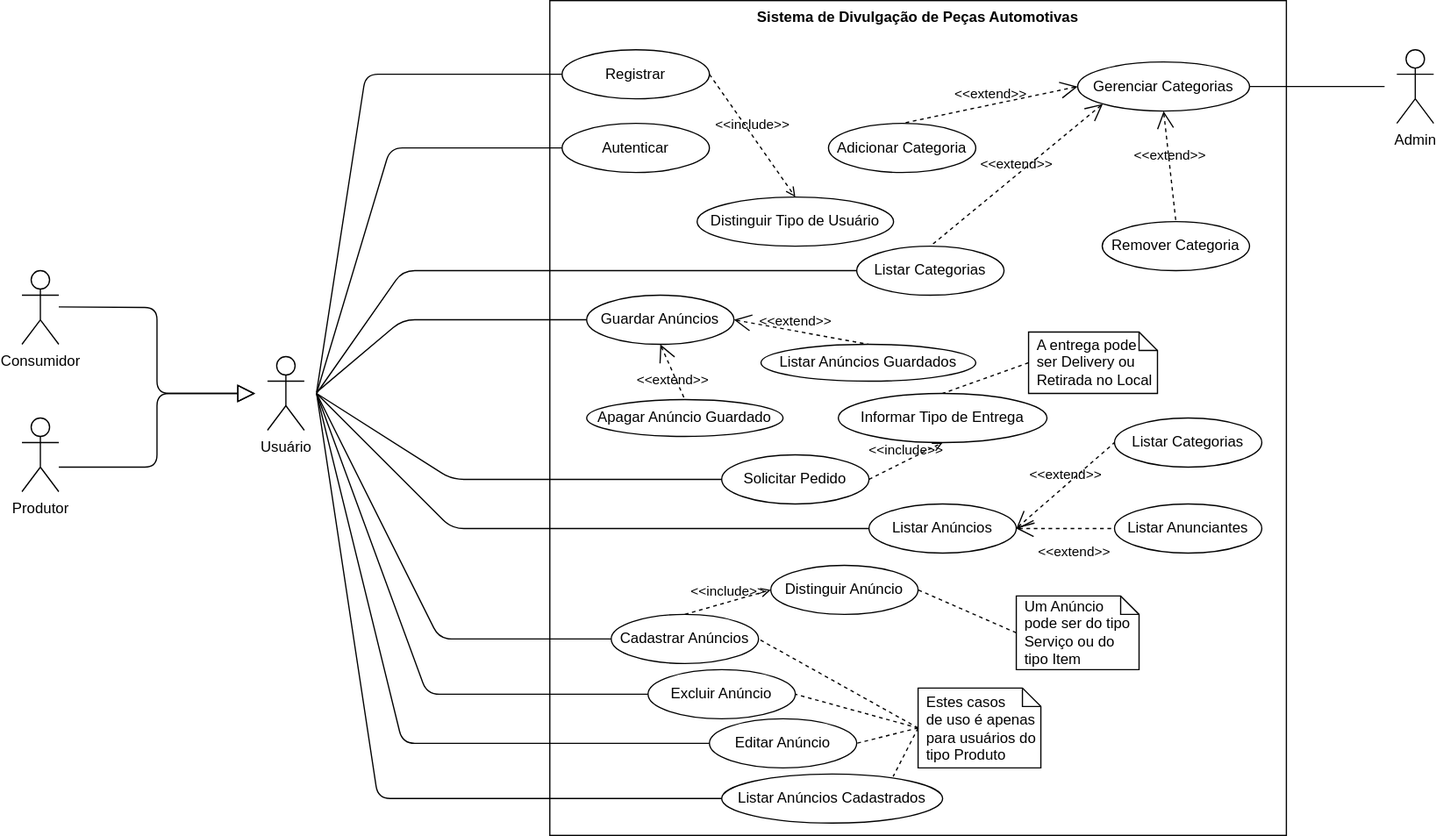
Before: diagramas/CasosUso.drawio.svg, a diagram exported from draw.io (yanturck/carshopservices). Source tidied: cells renumbered, new cells last; positions are measured from the earlier drawing's top-left corner, leaving out a move shared by most shapes.
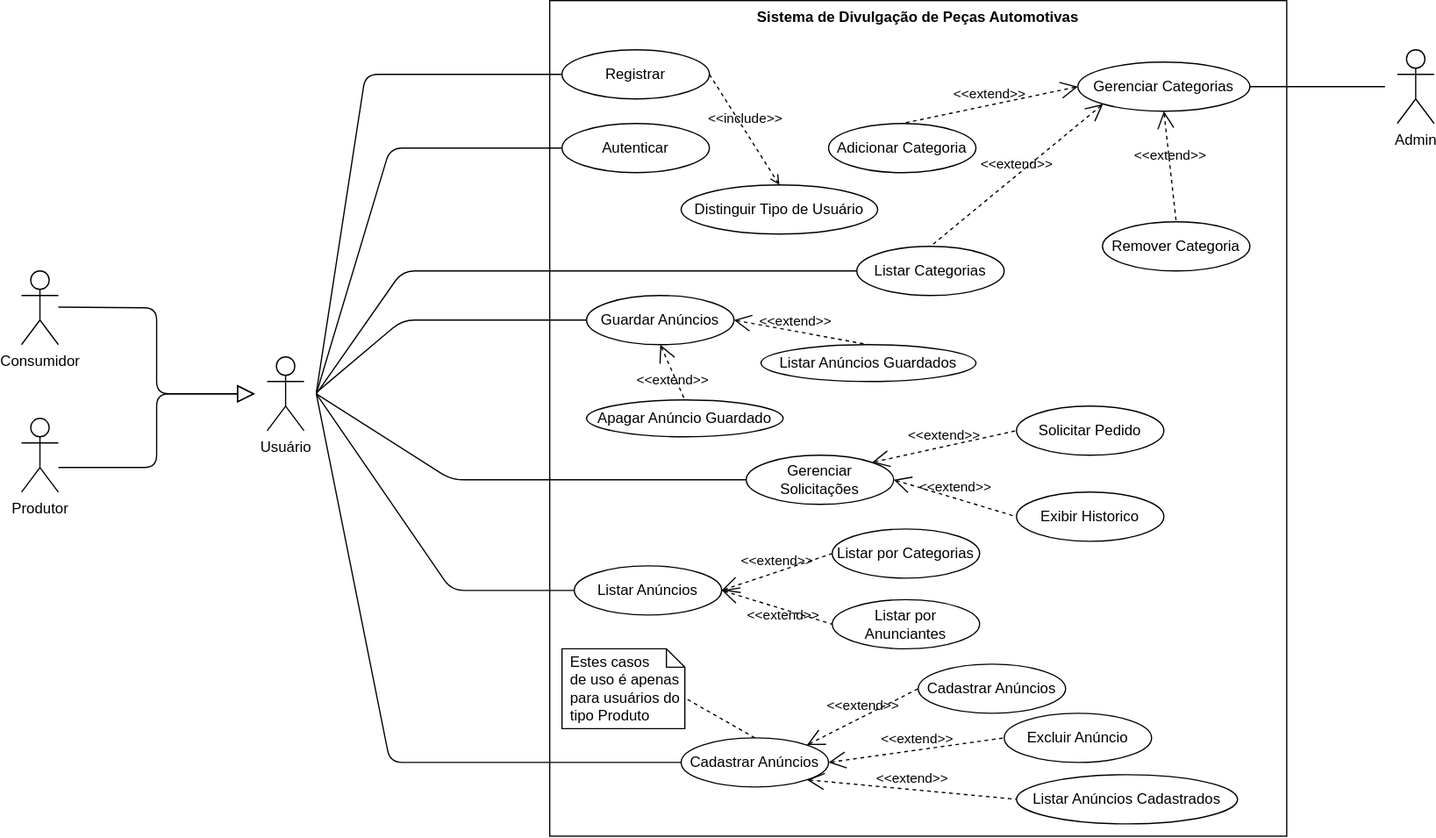
The same file after the commit.

Change to the diagram source:
```diff
@@ -35,13 +35,13 @@
       <mxGeometry x="430" width="600" height="680" as="geometry" />
     </mxCell>
     <mxCell id="8" value="&lt;span style=&quot;font-weight: normal&quot;&gt;Listar Anúncios&lt;/span&gt;" style="shape=ellipse;html=1;strokeWidth=1;fontStyle=1;whiteSpace=wrap;align=center;perimeter=ellipsePerimeter;" parent="1" vertex="1">
-      <mxGeometry x="690" y="410" width="120" height="40" as="geometry" />
+      <mxGeometry x="450" y="460" width="120" height="40" as="geometry" />
     </mxCell>
     <mxCell id="9" value="&lt;span style=&quot;font-weight: normal&quot;&gt;Listar Categorias&lt;/span&gt;" style="shape=ellipse;html=1;strokeWidth=1;fontStyle=1;whiteSpace=wrap;align=center;perimeter=ellipsePerimeter;" parent="1" vertex="1">
       <mxGeometry x="680" y="200" width="120" height="40" as="geometry" />
     </mxCell>
     <mxCell id="10" value="&lt;span style=&quot;font-weight: normal&quot;&gt;Distinguir Tipo de Usuário&lt;/span&gt;" style="shape=ellipse;html=1;strokeWidth=1;fontStyle=1;whiteSpace=wrap;align=center;perimeter=ellipsePerimeter;" parent="1" vertex="1">
-      <mxGeometry x="550" y="160" width="160" height="40" as="geometry" />
+      <mxGeometry x="537" y="150" width="160" height="40" as="geometry" />
     </mxCell>
     <mxCell id="11" value="&lt;span style=&quot;font-weight: normal&quot;&gt;Autenticar&lt;/span&gt;" style="shape=ellipse;html=1;strokeWidth=1;fontStyle=1;whiteSpace=wrap;align=center;perimeter=ellipsePerimeter;" parent="1" vertex="1">
       <mxGeometry x="440" y="100" width="120" height="40" as="geometry" />
@@ -50,16 +50,16 @@
       <mxGeometry x="440" y="40" width="120" height="40" as="geometry" />
     </mxCell>
     <mxCell id="13" value="&lt;span style=&quot;font-weight: normal&quot;&gt;Listar Anúncios Cadastrados&lt;/span&gt;" style="shape=ellipse;html=1;strokeWidth=1;fontStyle=1;whiteSpace=wrap;align=center;perimeter=ellipsePerimeter;" parent="1" vertex="1">
-      <mxGeometry x="570" y="630" width="180" height="40" as="geometry" />
+      <mxGeometry x="810" y="630" width="180" height="40" as="geometry" />
     </mxCell>
     <mxCell id="14" value="&lt;span style=&quot;font-weight: normal&quot;&gt;Cadastrar Anúncios&lt;/span&gt;" style="shape=ellipse;html=1;strokeWidth=1;fontStyle=1;whiteSpace=wrap;align=center;perimeter=ellipsePerimeter;" parent="1" vertex="1">
-      <mxGeometry x="480" y="500" width="120" height="40" as="geometry" />
+      <mxGeometry x="537" y="600" width="120" height="40" as="geometry" />
     </mxCell>
-    <mxCell id="15" value="&lt;span style=&quot;font-weight: normal&quot;&gt;Listar Categorias&lt;/span&gt;" style="shape=ellipse;html=1;strokeWidth=1;fontStyle=1;whiteSpace=wrap;align=center;perimeter=ellipsePerimeter;" parent="1" vertex="1">
-      <mxGeometry x="890" y="340" width="120" height="40" as="geometry" />
+    <mxCell id="15" value="&lt;span style=&quot;font-weight: normal&quot;&gt;Listar por Categorias&lt;/span&gt;" style="shape=ellipse;html=1;strokeWidth=1;fontStyle=1;whiteSpace=wrap;align=center;perimeter=ellipsePerimeter;" parent="1" vertex="1">
+      <mxGeometry x="660" y="430" width="120" height="40" as="geometry" />
     </mxCell>
-    <mxCell id="16" value="&lt;span style=&quot;font-weight: normal&quot;&gt;Listar Anunciantes&lt;/span&gt;" style="shape=ellipse;html=1;strokeWidth=1;fontStyle=1;whiteSpace=wrap;align=center;perimeter=ellipsePerimeter;" parent="1" vertex="1">
-      <mxGeometry x="890" y="410" width="120" height="40" as="geometry" />
+    <mxCell id="16" value="&lt;span style=&quot;font-weight: normal&quot;&gt;Listar por Anunciantes&lt;/span&gt;" style="shape=ellipse;html=1;strokeWidth=1;fontStyle=1;whiteSpace=wrap;align=center;perimeter=ellipsePerimeter;" parent="1" vertex="1">
+      <mxGeometry x="660" y="487.5" width="120" height="40" as="geometry" />
     </mxCell>
     <mxCell id="17" value="&lt;span style=&quot;font-weight: normal&quot;&gt;Adicionar Categoria&lt;/span&gt;" style="shape=ellipse;html=1;strokeWidth=1;fontStyle=1;whiteSpace=wrap;align=center;perimeter=ellipsePerimeter;" parent="1" vertex="1">
       <mxGeometry x="657" y="100" width="120" height="40" as="geometry" />
@@ -73,16 +73,8 @@
     <mxCell id="20" value="&amp;lt;&amp;lt;extend&amp;gt;&amp;gt;" style="edgeStyle=none;html=1;startArrow=open;endArrow=none;startSize=12;verticalAlign=bottom;dashed=1;labelBackgroundColor=none;exitX=0;exitY=1;exitDx=0;exitDy=0;entryX=0.5;entryY=0;entryDx=0;entryDy=0;" parent="1" edge="1" source="19" target="9">
       <mxGeometry relative="1" as="geometry" />
     </mxCell>
-    <mxCell id="21" value="&amp;lt;&amp;lt;include&amp;gt;&amp;gt;" style="edgeStyle=none;html=1;endArrow=open;verticalAlign=bottom;dashed=1;labelBackgroundColor=none;entryX=0;entryY=0.5;entryDx=0;entryDy=0;exitX=0.5;exitY=0;exitDx=0;exitDy=0;" parent="1" edge="1" source="14" target="50">
-      <mxGeometry relative="1" as="geometry" />
-    </mxCell>
-    <mxCell id="22" value="&amp;lt;&amp;lt;include&amp;gt;&amp;gt;" style="edgeStyle=none;html=1;endArrow=open;verticalAlign=bottom;dashed=1;labelBackgroundColor=none;entryX=0.5;entryY=1;entryDx=0;entryDy=0;exitX=1;exitY=0.5;exitDx=0;exitDy=0;" parent="1" edge="1" source="42" target="46">
-      <mxGeometry relative="1" as="geometry" />
-    </mxCell>
     <mxCell id="23" value="&amp;lt;&amp;lt;extend&amp;gt;&amp;gt;" style="edgeStyle=none;html=1;startArrow=open;endArrow=none;startSize=12;verticalAlign=bottom;dashed=1;labelBackgroundColor=none;entryX=0;entryY=0.5;entryDx=0;entryDy=0;exitX=1;exitY=0.5;exitDx=0;exitDy=0;" parent="1" edge="1" source="8" target="16">
-      <mxGeometry x="0.14" y="-28" relative="1" as="geometry">
-        <mxPoint x="1" as="offset" />
-      </mxGeometry>
+      <mxGeometry x="0.2" y="-13" relative="1" as="geometry" />
     </mxCell>
     <mxCell id="24" style="edgeStyle=none;html=1;endArrow=none;verticalAlign=bottom;entryX=0;entryY=0.5;entryDx=0;entryDy=0;" parent="1" edge="1" target="12">
       <mxGeometry relative="1" as="geometry">
@@ -104,18 +96,15 @@
       <mxGeometry relative="1" as="geometry">
         <mxPoint x="240" y="320" as="sourcePoint" />
         <Array as="points">
-          <mxPoint x="350" y="430" />
+          <mxPoint x="350" y="480" />
         </Array>
       </mxGeometry>
     </mxCell>
-    <mxCell id="27" style="edgeStyle=none;html=1;endArrow=none;rounded=0;labelBackgroundColor=none;dashed=1;exitX=0;exitY=0.5;exitDx=0;exitDy=0;exitPerimeter=0;entryX=1;entryY=0.5;entryDx=0;entryDy=0;" parent="1" edge="1" source="32" target="14">
-      <mxGeometry relative="1" as="geometry" />
-    </mxCell>
     <mxCell id="28" style="edgeStyle=none;html=1;endArrow=none;verticalAlign=bottom;entryX=0;entryY=0.5;entryDx=0;entryDy=0;" parent="1" edge="1" target="14">
       <mxGeometry relative="1" as="geometry">
         <mxPoint x="240" y="320" as="sourcePoint" />
         <Array as="points">
-          <mxPoint x="340" y="520" />
+          <mxPoint x="300" y="620" />
         </Array>
       </mxGeometry>
     </mxCell>
@@ -130,20 +119,9 @@
     <mxCell id="30" value="&amp;lt;&amp;lt;include&amp;gt;&amp;gt;" style="edgeStyle=none;html=1;endArrow=open;verticalAlign=bottom;dashed=1;labelBackgroundColor=none;entryX=0.5;entryY=0;entryDx=0;entryDy=0;exitX=1;exitY=0.5;exitDx=0;exitDy=0;" parent="1" edge="1" source="12" target="10">
       <mxGeometry relative="1" as="geometry" />
     </mxCell>
-    <mxCell id="31" style="edgeStyle=none;html=1;endArrow=none;verticalAlign=bottom;entryX=0;entryY=0.5;entryDx=0;entryDy=0;" parent="1" edge="1" target="13">
-      <mxGeometry relative="1" as="geometry">
-        <mxPoint x="240" y="320" as="sourcePoint" />
-        <Array as="points">
-          <mxPoint x="290" y="650" />
-        </Array>
-      </mxGeometry>
-    </mxCell>
     <mxCell id="32" value="Estes casos&#10;de uso é apenas para usuários do tipo Produto" style="shape=note;size=15;spacingLeft=5;align=left;whiteSpace=wrap;strokeWidth=1;" parent="1" vertex="1">
-      <mxGeometry x="730" y="560" width="100" height="65" as="geometry" />
+      <mxGeometry x="440" y="527.5" width="100" height="65" as="geometry" />
     </mxCell>
-    <mxCell id="33" style="edgeStyle=none;html=1;endArrow=none;rounded=0;labelBackgroundColor=none;dashed=1;exitX=0;exitY=0.5;exitDx=0;exitDy=0;exitPerimeter=0;entryX=0.776;entryY=0.051;entryDx=0;entryDy=0;entryPerimeter=0;" parent="1" edge="1" source="32" target="13">
-      <mxGeometry relative="1" as="geometry" />
-    </mxCell>
     <mxCell id="34" value="Admin" style="shape=umlActor;html=1;verticalLabelPosition=bottom;verticalAlign=top;align=center;strokeWidth=1;" parent="1" vertex="1">
       <mxGeometry x="1120" y="40" width="30" height="60" as="geometry" />
     </mxCell>
@@ -153,48 +131,14 @@
       </mxGeometry>
     </mxCell>
     <mxCell id="36" value="&lt;span style=&quot;font-weight: normal&quot;&gt;Excluir Anúncio&lt;/span&gt;" style="shape=ellipse;html=1;strokeWidth=1;fontStyle=1;whiteSpace=wrap;align=center;perimeter=ellipsePerimeter;" parent="1" vertex="1">
-      <mxGeometry x="510" y="545" width="120" height="40" as="geometry" />
+      <mxGeometry x="800" y="580" width="120" height="40" as="geometry" />
     </mxCell>
-    <mxCell id="37" value="&lt;span style=&quot;font-weight: normal&quot;&gt;Editar Anúncio&lt;/span&gt;" style="shape=ellipse;html=1;strokeWidth=1;fontStyle=1;whiteSpace=wrap;align=center;perimeter=ellipsePerimeter;" parent="1" vertex="1">
-      <mxGeometry x="560" y="585" width="120" height="40" as="geometry" />
-    </mxCell>
-    <mxCell id="38" style="edgeStyle=none;html=1;endArrow=none;rounded=0;labelBackgroundColor=none;dashed=1;exitX=0;exitY=0.5;exitDx=0;exitDy=0;exitPerimeter=0;entryX=1;entryY=0.5;entryDx=0;entryDy=0;" parent="1" edge="1" source="32" target="36">
-      <mxGeometry relative="1" as="geometry" />
-    </mxCell>
-    <mxCell id="39" style="edgeStyle=none;html=1;endArrow=none;rounded=0;labelBackgroundColor=none;dashed=1;exitX=0;exitY=0.5;exitDx=0;exitDy=0;exitPerimeter=0;entryX=1;entryY=0.5;entryDx=0;entryDy=0;" parent="1" edge="1" source="32" target="37">
-      <mxGeometry relative="1" as="geometry" />
-    </mxCell>
-    <mxCell id="40" style="edgeStyle=none;html=1;endArrow=none;verticalAlign=bottom;entryX=0;entryY=0.5;entryDx=0;entryDy=0;" parent="1" edge="1" target="37">
-      <mxGeometry relative="1" as="geometry">
-        <mxPoint x="240" y="320" as="sourcePoint" />
-        <Array as="points">
-          <mxPoint x="310" y="605" />
-        </Array>
-      </mxGeometry>
-    </mxCell>
-    <mxCell id="41" style="edgeStyle=none;html=1;endArrow=none;verticalAlign=bottom;entryX=0;entryY=0.5;entryDx=0;entryDy=0;" parent="1" edge="1" target="36">
-      <mxGeometry relative="1" as="geometry">
-        <mxPoint x="240" y="320" as="sourcePoint" />
-        <Array as="points">
-          <mxPoint x="330" y="565" />
-        </Array>
-      </mxGeometry>
-    </mxCell>
-    <mxCell id="42" value="&lt;span style=&quot;font-weight: normal&quot;&gt;Solicitar Pedido&lt;/span&gt;" style="shape=ellipse;html=1;strokeWidth=1;fontStyle=1;whiteSpace=wrap;align=center;perimeter=ellipsePerimeter;" parent="1" vertex="1">
-      <mxGeometry x="570" y="370" width="120" height="40" as="geometry" />
+    <mxCell id="42" value="&lt;span style=&quot;font-weight: normal&quot;&gt;Gerenciar Solicitações&lt;/span&gt;" style="shape=ellipse;html=1;strokeWidth=1;fontStyle=1;whiteSpace=wrap;align=center;perimeter=ellipsePerimeter;" parent="1" vertex="1">
+      <mxGeometry x="590" y="370" width="120" height="40" as="geometry" />
     </mxCell>
     <mxCell id="43" value="&lt;span style=&quot;font-weight: normal&quot;&gt;Guardar Anúncios&lt;/span&gt;" style="shape=ellipse;html=1;strokeWidth=1;fontStyle=1;whiteSpace=wrap;align=center;perimeter=ellipsePerimeter;" parent="1" vertex="1">
       <mxGeometry x="460" y="240" width="120" height="40" as="geometry" />
     </mxCell>
-    <mxCell id="44" value="A entrega pode ser Delivery ou Retirada no Local" style="shape=note;size=15;spacingLeft=5;align=left;whiteSpace=wrap;strokeWidth=1;" parent="1" vertex="1">
-      <mxGeometry x="820" y="270" width="105" height="50" as="geometry" />
-    </mxCell>
-    <mxCell id="45" style="edgeStyle=none;html=1;endArrow=none;rounded=0;labelBackgroundColor=none;dashed=1;exitX=0;exitY=0.5;exitDx=0;exitDy=0;exitPerimeter=0;entryX=0.5;entryY=0;entryDx=0;entryDy=0;" parent="1" edge="1" source="44" target="46">
-      <mxGeometry relative="1" as="geometry" />
-    </mxCell>
-    <mxCell id="46" value="&lt;span style=&quot;font-weight: normal&quot;&gt;Informar Tipo de Entrega&lt;/span&gt;" style="shape=ellipse;html=1;strokeWidth=1;fontStyle=1;whiteSpace=wrap;align=center;perimeter=ellipsePerimeter;" parent="1" vertex="1">
-      <mxGeometry x="665" y="320" width="170" height="40" as="geometry" />
-    </mxCell>
     <mxCell id="47" style="edgeStyle=none;html=1;endArrow=none;verticalAlign=bottom;entryX=0;entryY=0.5;entryDx=0;entryDy=0;" parent="1" edge="1" target="43">
       <mxGeometry relative="1" as="geometry">
         <mxPoint x="240" y="319" as="sourcePoint" />
@@ -214,28 +158,17 @@
         </Array>
       </mxGeometry>
     </mxCell>
-    <mxCell id="50" value="&lt;span style=&quot;font-weight: normal&quot;&gt;Distinguir Anúncio&lt;/span&gt;" style="shape=ellipse;html=1;strokeWidth=1;fontStyle=1;whiteSpace=wrap;align=center;perimeter=ellipsePerimeter;" parent="1" vertex="1">
-      <mxGeometry x="610" y="460" width="120" height="40" as="geometry" />
-    </mxCell>
     <mxCell id="51" value="&amp;lt;&amp;lt;extend&amp;gt;&amp;gt;" style="edgeStyle=none;html=1;startArrow=open;endArrow=none;startSize=12;verticalAlign=bottom;dashed=1;labelBackgroundColor=none;exitX=1;exitY=0.5;exitDx=0;exitDy=0;entryX=0.5;entryY=0;entryDx=0;entryDy=0;" parent="1" edge="1" source="43" target="54">
       <mxGeometry x="-0.08" y="-1" relative="1" as="geometry" />
     </mxCell>
-    <mxCell id="52" value="Um Anúncio pode ser do tipo Serviço ou do tipo Item" style="shape=note;size=15;spacingLeft=5;align=left;whiteSpace=wrap;strokeWidth=1;" parent="1" vertex="1">
-      <mxGeometry x="810" y="485" width="100" height="60" as="geometry" />
-    </mxCell>
-    <mxCell id="53" style="edgeStyle=none;html=1;endArrow=none;rounded=0;labelBackgroundColor=none;dashed=1;exitX=0;exitY=0.5;exitDx=0;exitDy=0;exitPerimeter=0;entryX=1;entryY=0.5;entryDx=0;entryDy=0;" parent="1" edge="1" source="52" target="50">
-      <mxGeometry relative="1" as="geometry" />
-    </mxCell>
     <mxCell id="54" value="&lt;span style=&quot;font-weight: normal&quot;&gt;Listar Anúncios Guardados&lt;/span&gt;" style="shape=ellipse;html=1;strokeWidth=1;fontStyle=1;whiteSpace=wrap;align=center;perimeter=ellipsePerimeter;" parent="1" vertex="1">
       <mxGeometry x="602" y="280" width="175" height="30" as="geometry" />
     </mxCell>
     <mxCell id="55" value="&lt;span style=&quot;font-weight: normal&quot;&gt;Apagar Anúncio Guardado&lt;/span&gt;" style="shape=ellipse;html=1;strokeWidth=1;fontStyle=1;whiteSpace=wrap;align=center;perimeter=ellipsePerimeter;" parent="1" vertex="1">
       <mxGeometry x="460" y="325" width="160" height="30" as="geometry" />
     </mxCell>
-    <mxCell id="56" value="&amp;lt;&amp;lt;extend&amp;gt;&amp;gt;" style="edgeStyle=none;html=1;startArrow=open;endArrow=none;startSize=12;verticalAlign=bottom;dashed=1;labelBackgroundColor=none;entryX=0;entryY=0.5;entryDx=0;entryDy=0;" parent="1" edge="1" target="15">
-      <mxGeometry relative="1" as="geometry">
-        <mxPoint x="810" y="430" as="sourcePoint" />
-      </mxGeometry>
+    <mxCell id="56" value="&amp;lt;&amp;lt;extend&amp;gt;&amp;gt;" style="edgeStyle=none;html=1;startArrow=open;endArrow=none;startSize=12;verticalAlign=bottom;dashed=1;labelBackgroundColor=none;entryX=0;entryY=0.5;entryDx=0;entryDy=0;exitX=1;exitY=0.5;exitDx=0;exitDy=0;" parent="1" edge="1" source="8" target="15">
+      <mxGeometry relative="1" as="geometry" />
     </mxCell>
     <mxCell id="57" value="&amp;lt;&amp;lt;extend&amp;gt;&amp;gt;" style="edgeStyle=none;html=1;startArrow=open;endArrow=none;startSize=12;verticalAlign=bottom;dashed=1;labelBackgroundColor=none;entryX=0.5;entryY=0;entryDx=0;entryDy=0;exitX=0.5;exitY=1;exitDx=0;exitDy=0;" parent="1" edge="1" source="19" target="18">
       <mxGeometry relative="1" as="geometry" />
@@ -243,5 +176,32 @@
     <mxCell id="58" value="&amp;lt;&amp;lt;extend&amp;gt;&amp;gt;" style="edgeStyle=none;html=1;startArrow=open;endArrow=none;startSize=12;verticalAlign=bottom;dashed=1;labelBackgroundColor=none;entryX=0.5;entryY=0;entryDx=0;entryDy=0;exitX=0;exitY=0.5;exitDx=0;exitDy=0;" parent="1" edge="1" source="19" target="17">
       <mxGeometry relative="1" as="geometry" />
     </mxCell>
+    <mxCell id="59" value="&lt;span style=&quot;font-weight: normal&quot;&gt;Cadastrar Anúncios&lt;/span&gt;" style="shape=ellipse;html=1;strokeWidth=1;fontStyle=1;whiteSpace=wrap;align=center;perimeter=ellipsePerimeter;" parent="1" vertex="1">
+      <mxGeometry x="730" y="540" width="120" height="40" as="geometry" />
+    </mxCell>
+    <mxCell id="60" value="&amp;lt;&amp;lt;extend&amp;gt;&amp;gt;" style="edgeStyle=none;html=1;startArrow=open;endArrow=none;startSize=12;verticalAlign=bottom;dashed=1;labelBackgroundColor=none;entryX=0;entryY=0.5;entryDx=0;entryDy=0;exitX=1;exitY=0;exitDx=0;exitDy=0;" parent="1" edge="1" source="14" target="59">
+      <mxGeometry relative="1" as="geometry" />
+    </mxCell>
+    <mxCell id="61" value="&amp;lt;&amp;lt;extend&amp;gt;&amp;gt;" style="edgeStyle=none;html=1;startArrow=open;endArrow=none;startSize=12;verticalAlign=bottom;dashed=1;labelBackgroundColor=none;entryX=0;entryY=0.5;entryDx=0;entryDy=0;exitX=1;exitY=0.5;exitDx=0;exitDy=0;" parent="1" edge="1" source="14" target="36">
+      <mxGeometry relative="1" as="geometry" />
+    </mxCell>
+    <mxCell id="62" value="&amp;lt;&amp;lt;extend&amp;gt;&amp;gt;" style="edgeStyle=none;html=1;startArrow=open;endArrow=none;startSize=12;verticalAlign=bottom;dashed=1;labelBackgroundColor=none;entryX=0;entryY=0.5;entryDx=0;entryDy=0;exitX=1;exitY=1;exitDx=0;exitDy=0;" parent="1" edge="1" source="14" target="13">
+      <mxGeometry relative="1" as="geometry" />
+    </mxCell>
+    <mxCell id="63" style="edgeStyle=none;html=1;endArrow=none;rounded=0;labelBackgroundColor=none;dashed=1;exitX=0.5;exitY=0;exitDx=0;exitDy=0;entryX=0;entryY=0;entryDx=100;entryDy=40;entryPerimeter=0;" parent="1" edge="1" source="14" target="32">
+      <mxGeometry relative="1" as="geometry" />
+    </mxCell>
+    <mxCell id="64" value="&lt;span style=&quot;font-weight: normal&quot;&gt;Solicitar Pedido&lt;/span&gt;" style="shape=ellipse;html=1;strokeWidth=1;fontStyle=1;whiteSpace=wrap;align=center;perimeter=ellipsePerimeter;" parent="1" vertex="1">
+      <mxGeometry x="810" y="330" width="120" height="40" as="geometry" />
+    </mxCell>
+    <mxCell id="65" value="&lt;span style=&quot;font-weight: normal&quot;&gt;Exibir Historico&lt;/span&gt;" style="shape=ellipse;html=1;strokeWidth=1;fontStyle=1;whiteSpace=wrap;align=center;perimeter=ellipsePerimeter;" parent="1" vertex="1">
+      <mxGeometry x="810" y="400" width="120" height="40" as="geometry" />
+    </mxCell>
+    <mxCell id="66" value="&amp;lt;&amp;lt;extend&amp;gt;&amp;gt;" style="edgeStyle=none;html=1;startArrow=open;endArrow=none;startSize=12;verticalAlign=bottom;dashed=1;labelBackgroundColor=none;entryX=0;entryY=0.5;entryDx=0;entryDy=0;exitX=1;exitY=0;exitDx=0;exitDy=0;" parent="1" edge="1" source="42" target="64">
+      <mxGeometry relative="1" as="geometry" />
+    </mxCell>
+    <mxCell id="67" value="&amp;lt;&amp;lt;extend&amp;gt;&amp;gt;" style="edgeStyle=none;html=1;startArrow=open;endArrow=none;startSize=12;verticalAlign=bottom;dashed=1;labelBackgroundColor=none;entryX=0;entryY=0.5;entryDx=0;entryDy=0;exitX=1;exitY=0.5;exitDx=0;exitDy=0;" parent="1" edge="1" source="42" target="65">
+      <mxGeometry relative="1" as="geometry" />
+    </mxCell>
   </root>
 </mxGraphModel>
```
